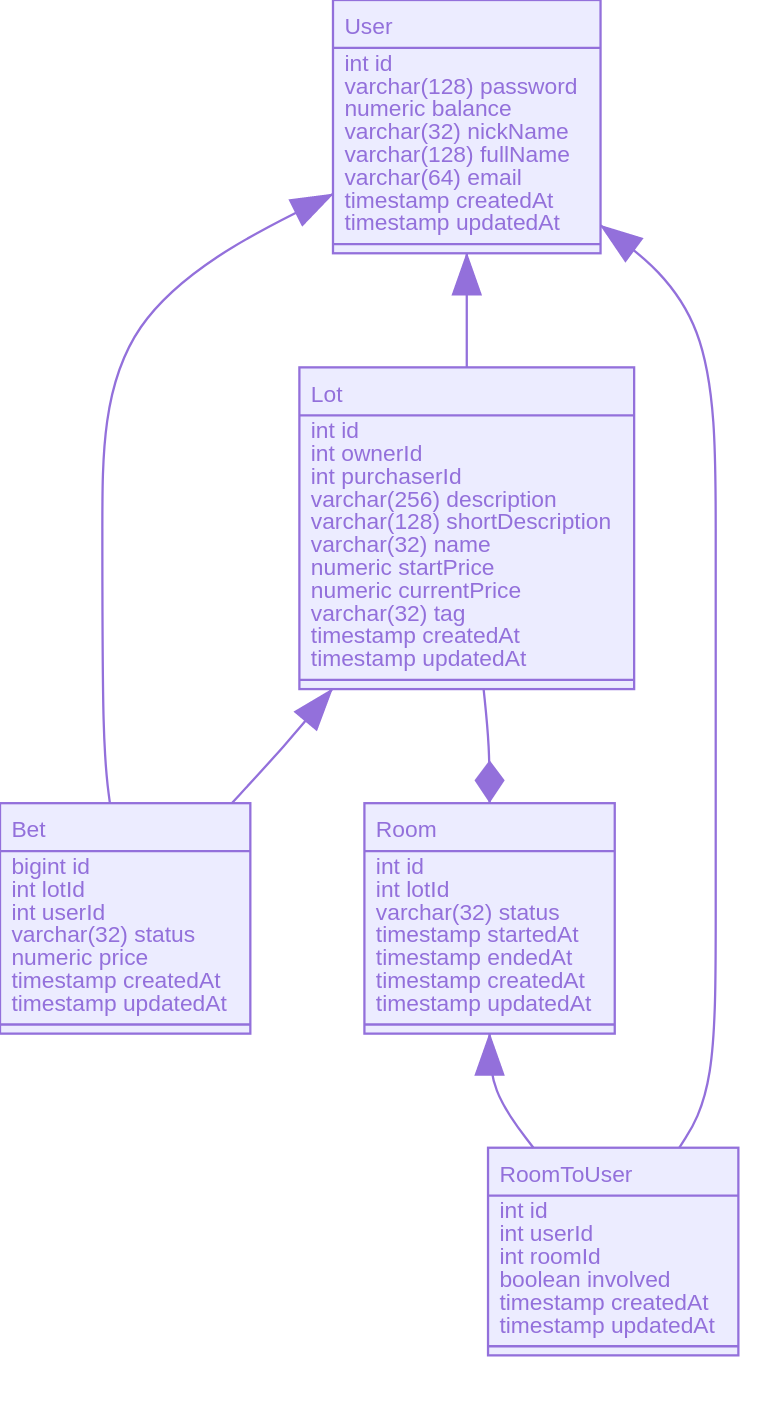
The Mermaid diagram documentation/erm.png in Pyroarsonist/GoodsVille, before a commit. Its source is kept beside it as documentation/erm.mmd. Its diagram source:
```mermaid
classDiagram
User <|-- Lot

Lot <|-- Bet
User <|--  Bet

Lot --* Room

User <|-- RoomToUser
Room <|-- RoomToUser
User : int id
User : varchar(128) password
User : numeric balance
User : varchar(32) nickName
User : varchar(128) fullName
User : varchar(64) email
User : timestamp createdAt
User : timestamp updatedAt

Lot : int id
Lot : int ownerId
Lot : int purchaserId
Lot : varchar(256) description
Lot : varchar(128) shortDescription
Lot : varchar(32) name
Lot : numeric startPrice
Lot : numeric currentPrice
Lot : varchar(32) tag
Lot : timestamp createdAt
Lot : timestamp updatedAt

Bet : bigint id
Bet : int lotId
Bet : int userId
Bet : varchar(32) status
Bet : numeric price
Bet : timestamp createdAt
Bet : timestamp updatedAt

Room : int id
Room : int lotId
Room : varchar(32) status
Room : timestamp startedAt
Room : timestamp endedAt
Room : timestamp createdAt
Room : timestamp updatedAt

RoomToUser: int id
RoomToUser : int userId
RoomToUser : int roomId
RoomToUser : boolean involved
RoomToUser : timestamp createdAt
RoomToUser : timestamp updatedAt
```
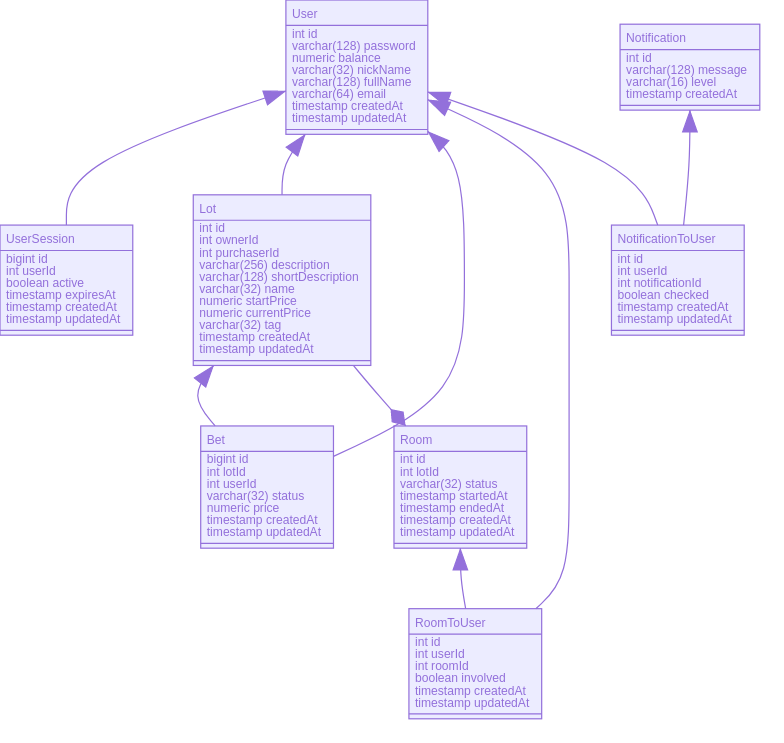
After the commit.

Diff of the diagram source:
```diff
@@ -1,4 +1,5 @@
 classDiagram
+User <|-- UserSession
 User <|-- Lot
 
 Lot <|-- Bet
@@ -8,6 +9,10 @@
 
 User <|-- RoomToUser
 Room <|-- RoomToUser
+
+User <|-- NotificationToUser
+Notification <|-- NotificationToUser
+
 User : int id
 User : varchar(128) password
 User : numeric balance
@@ -16,6 +21,13 @@
 User : varchar(64) email
 User : timestamp createdAt
 User : timestamp updatedAt
+
+UserSession : bigint id
+UserSession : int userId
+UserSession : boolean active
+UserSession : timestamp expiresAt
+UserSession : timestamp createdAt
+UserSession : timestamp updatedAt
 
 Lot : int id
 Lot : int ownerId
@@ -45,9 +57,21 @@
 Room : timestamp createdAt
 Room : timestamp updatedAt
 
-RoomToUser: int id
+RoomToUser : int id
 RoomToUser : int userId
 RoomToUser : int roomId
 RoomToUser : boolean involved
 RoomToUser : timestamp createdAt
 RoomToUser : timestamp updatedAt
+
+Notification : int id
+Notification : varchar(128) message
+Notification : varchar(16) level
+Notification : timestamp createdAt
+
+NotificationToUser : int id
+NotificationToUser : int userId
+NotificationToUser : int notificationId
+NotificationToUser : boolean checked
+NotificationToUser : timestamp createdAt
+NotificationToUser : timestamp updatedAt
```
